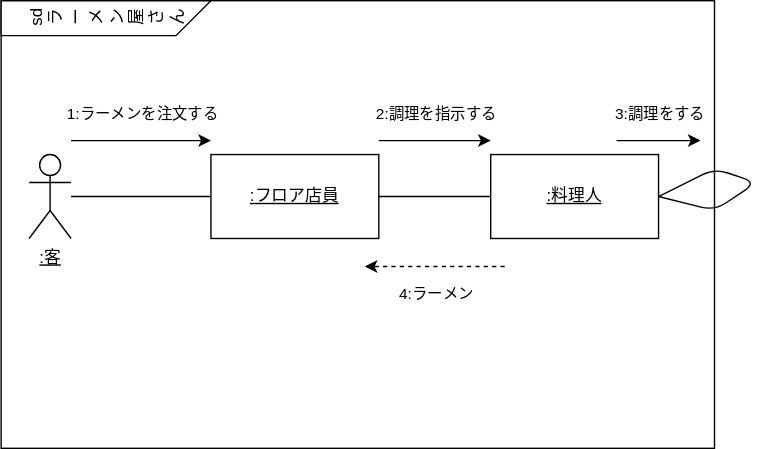
The draw.io diagram 例題5-1_ラーメン注文配膳.drawio.svg in papipuponpon/uml-introduction, before a commit. Source tidied: cells renumbered, new cells last; positions are measured from the earlier drawing's top-left corner, leaving out a move shared by most shapes.
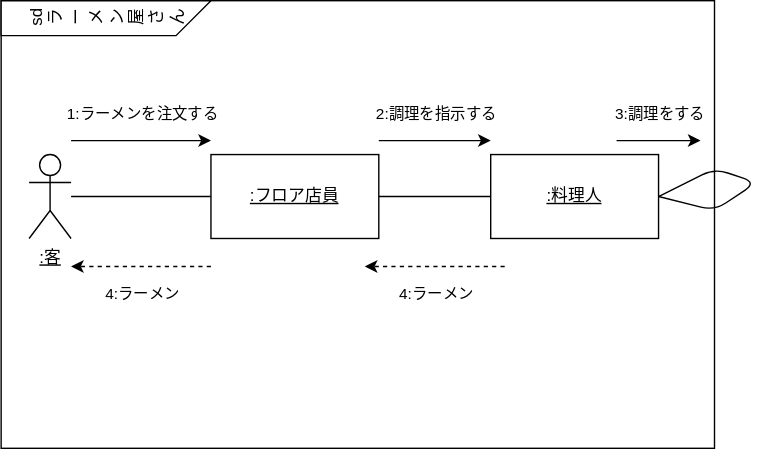
Later version of the same file.

Change to the diagram source:
```diff
@@ -82,5 +82,19 @@
         <mxPoint y="19" as="offset" />
       </mxGeometry>
     </mxCell>
+    <mxCell id="19" style="endArrow=classic;html=1;dashed=1;" parent="1" edge="1">
+      <mxGeometry relative="1" as="geometry">
+        <mxPoint x="150" y="252" as="sourcePoint" />
+        <mxPoint x="50" y="252" as="targetPoint" />
+        <Array as="points">
+          <mxPoint x="100" y="252" />
+        </Array>
+      </mxGeometry>
+    </mxCell>
+    <mxCell id="20" value="4:ラーメン" style="edgeLabel;html=1;align=center;verticalAlign=middle;" parent="19" vertex="1">
+      <mxGeometry relative="1" as="geometry">
+        <mxPoint y="19" as="offset" />
+      </mxGeometry>
+    </mxCell>
   </root>
 </mxGraphModel>
```
